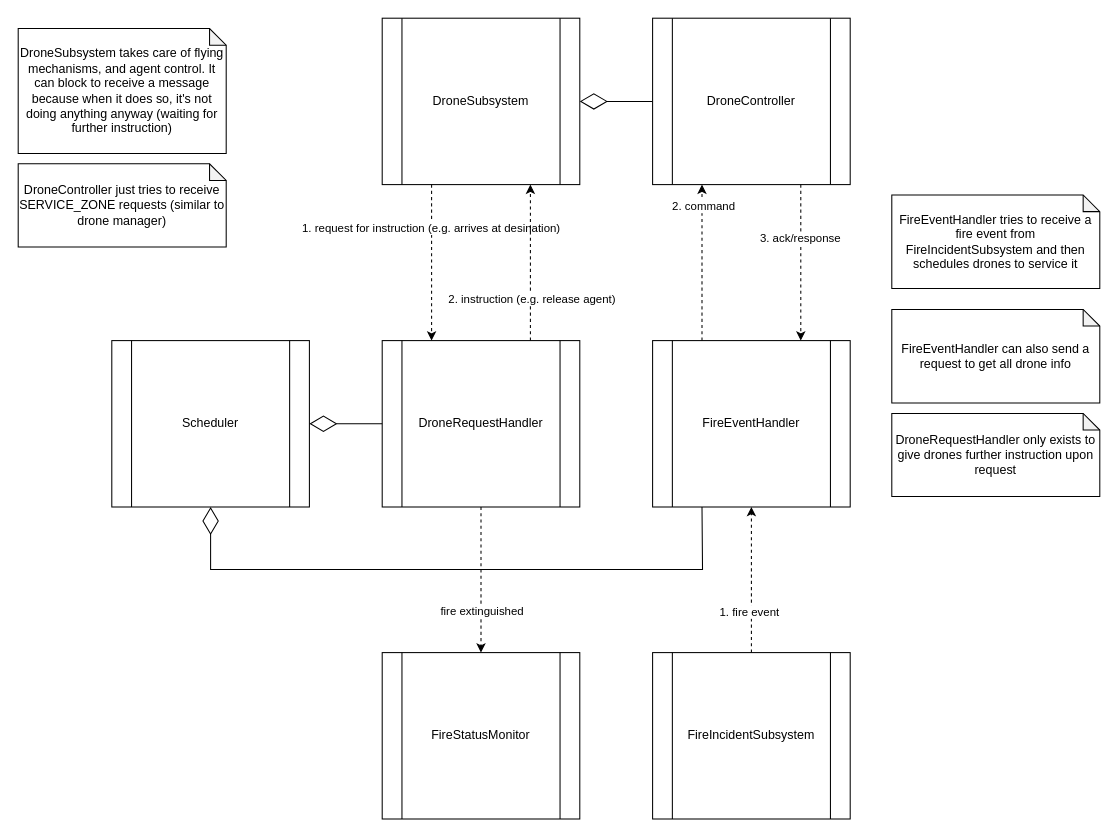
This is docs/udp_shit/udp_communication.drawio from hubertdang/fire-drone-swarm, a draw.io file, before an edit. Source tidied: cells renumbered, new cells numbered last; positions are measured from the earlier drawing's top-left corner, leaving out a move shared by most shapes. Both pictures are drawn from the tidied source at 104%, with x=0, y=0 at pixel (18, 18).
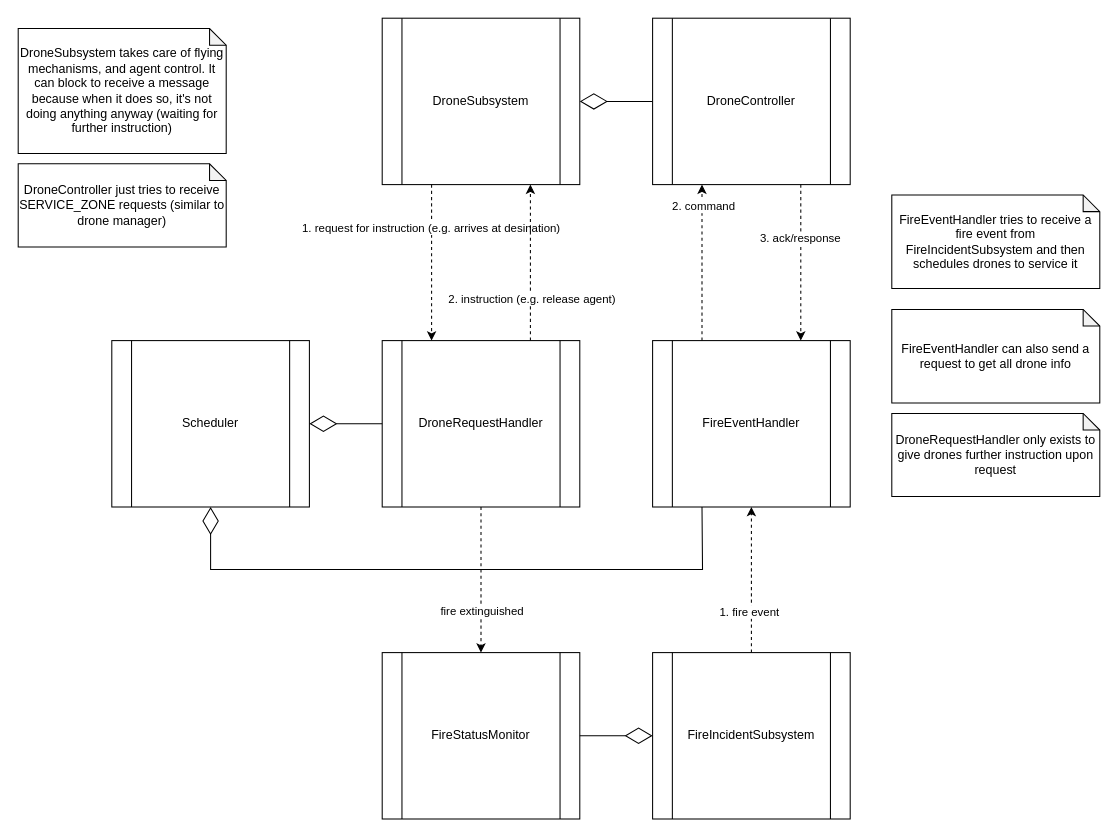
After the change.

Commit message (it also covers changes not shown here):
forgot aggregation symbol

Unchanged cells that the change refers to:
```xml
<mxCell id="16" value="FireIncidentSubsystem" style="shape=process;whiteSpace=wrap;html=1;backgroundOutline=1;" parent="1" vertex="1">
  <mxGeometry x="610" y="610" width="190" height="160" as="geometry" />
</mxCell>
<mxCell id="25" value="FireStatusMonitor" style="shape=process;whiteSpace=wrap;html=1;backgroundOutline=1;" parent="1" vertex="1">
  <mxGeometry x="350" y="610" width="190" height="160" as="geometry" />
</mxCell>
```

Diff of the diagram source:
```diff
@@
+    <mxCell id="29" style="endArrow=diamondThin;endFill=0;endSize=24;html=1;rounded=0;entryX=0;entryY=0.5;entryDx=0;entryDy=0;exitX=1;exitY=0.5;exitDx=0;exitDy=0;" parent="1" edge="1" source="25" target="16">
+      <mxGeometry relative="1" as="geometry" />
+    </mxCell>
```
